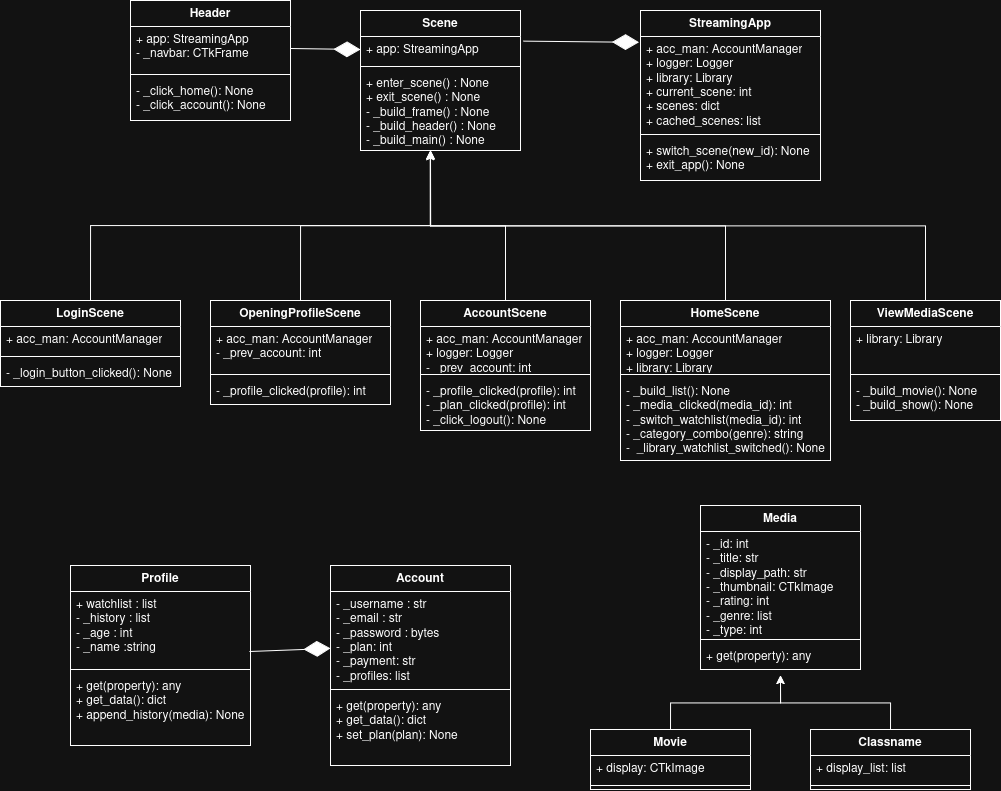
This is UMLClassDiagram.png from BaulkhamHillsHS/PrelimSE-26-Group11, a draw.io export, as it was before one commit. Source tidied: cells renumbered, new cells last; positions are measured from the earlier drawing's top-left corner, leaving out a move shared by most shapes. Source of this version:
```xml
<mxGraphModel>
  <root>
    <mxCell id="0" />
    <mxCell id="1" parent="0" />
    <mxCell id="2" value="&lt;div&gt;Scene&lt;/div&gt;" style="swimlane;fontStyle=1;align=center;verticalAlign=top;horizontal=1;startSize=26;whiteSpace=wrap;html=1;" parent="1" vertex="1">
      <mxGeometry x="360" y="10" width="160" height="140" as="geometry" />
    </mxCell>
    <mxCell id="3" value="+ app: StreamingApp" style="text;strokeColor=none;fillColor=none;align=left;verticalAlign=top;spacingLeft=4;spacingRight=4;overflow=hidden;points=[[0,0.5],[1,0.5]];portConstraint=eastwest;whiteSpace=wrap;html=1;" parent="2" vertex="1">
      <mxGeometry y="26" width="160" height="26" as="geometry" />
    </mxCell>
    <mxCell id="4" style="line;strokeWidth=1;fillColor=none;align=left;verticalAlign=middle;spacingTop=-1;spacingLeft=3;spacingRight=3;labelPosition=right;strokeColor=inherit;" parent="2" vertex="1">
      <mxGeometry y="52" width="160" height="8" as="geometry" />
    </mxCell>
    <mxCell id="5" value="&lt;div&gt;+ enter_scene() : None&lt;/div&gt;&lt;div&gt;+ exit_scene() : None&lt;/div&gt;&lt;div&gt;- _build_frame() : None&lt;/div&gt;&lt;div&gt;&lt;div&gt;&lt;/div&gt;&lt;div&gt;- _build_header() : None&lt;/div&gt;&lt;div&gt;&lt;div&gt;&lt;/div&gt;&lt;div&gt;- _build_main()&amp;nbsp;: None&lt;/div&gt;&lt;br&gt;&lt;/div&gt;&lt;br&gt;&lt;/div&gt;" style="text;strokeColor=none;fillColor=none;align=left;verticalAlign=top;spacingLeft=4;spacingRight=4;overflow=hidden;points=[[0,0.5],[1,0.5]];portConstraint=eastwest;whiteSpace=wrap;html=1;" parent="2" vertex="1">
      <mxGeometry y="60" width="160" height="80" as="geometry" />
    </mxCell>
    <mxCell id="6" value="&lt;div&gt;Header&lt;/div&gt;" style="swimlane;fontStyle=1;align=center;verticalAlign=top;horizontal=1;startSize=26;whiteSpace=wrap;html=1;" parent="1" vertex="1">
      <mxGeometry x="130" width="160" height="120" as="geometry" />
    </mxCell>
    <mxCell id="7" value="&lt;div&gt;+ app: StreamingApp&lt;/div&gt;- _navbar: CTkFrame" style="text;strokeColor=none;fillColor=none;align=left;verticalAlign=top;spacingLeft=4;spacingRight=4;overflow=hidden;points=[[0,0.5],[1,0.5]];portConstraint=eastwest;whiteSpace=wrap;html=1;" parent="6" vertex="1">
      <mxGeometry y="26" width="160" height="44" as="geometry" />
    </mxCell>
    <mxCell id="8" style="line;strokeWidth=1;fillColor=none;align=left;verticalAlign=middle;spacingTop=-1;spacingLeft=3;spacingRight=3;labelPosition=right;strokeColor=inherit;" parent="6" vertex="1">
      <mxGeometry y="70" width="160" height="8" as="geometry" />
    </mxCell>
    <mxCell id="9" value="&lt;div&gt;- _click_home(): None&lt;/div&gt;&lt;div&gt;- _click_account(): None&lt;/div&gt;" style="text;strokeColor=none;fillColor=none;align=left;verticalAlign=top;spacingLeft=4;spacingRight=4;overflow=hidden;whiteSpace=wrap;html=1;" parent="6" vertex="1">
      <mxGeometry y="78" width="160" height="42" as="geometry" />
    </mxCell>
    <mxCell id="10" style="endArrow=diamondThin;endFill=1;endSize=24;html=1;rounded=0;exitX=1;exitY=0.5;exitDx=0;exitDy=0;entryX=0;entryY=0.5;entryDx=0;entryDy=0;" parent="1" edge="1" source="7" target="3">
      <mxGeometry relative="1" as="geometry" />
    </mxCell>
    <mxCell id="11" value="LoginScene" style="swimlane;fontStyle=1;align=center;verticalAlign=top;horizontal=1;startSize=26;whiteSpace=wrap;html=1;" parent="1" vertex="1">
      <mxGeometry y="300" width="180" height="86" as="geometry" />
    </mxCell>
    <mxCell id="12" value="&lt;div&gt;+ acc_man: AccountManager&lt;/div&gt;" style="text;strokeColor=none;fillColor=none;align=left;verticalAlign=top;spacingLeft=4;spacingRight=4;overflow=hidden;whiteSpace=wrap;html=1;" parent="11" vertex="1">
      <mxGeometry y="26" width="180" height="26" as="geometry" />
    </mxCell>
    <mxCell id="13" style="line;strokeWidth=1;fillColor=none;align=left;verticalAlign=middle;spacingTop=-1;spacingLeft=3;spacingRight=3;labelPosition=right;strokeColor=inherit;" parent="11" vertex="1">
      <mxGeometry y="52" width="180" height="8" as="geometry" />
    </mxCell>
    <mxCell id="14" value="- _login_button_clicked(): None" style="text;strokeColor=none;fillColor=none;align=left;verticalAlign=top;spacingLeft=4;spacingRight=4;overflow=hidden;whiteSpace=wrap;html=1;" parent="11" vertex="1">
      <mxGeometry y="60" width="180" height="26" as="geometry" />
    </mxCell>
    <mxCell id="15" style="edgeStyle=orthogonalEdgeStyle;rounded=0;jettySize=auto;html=1;exitX=0.5;exitY=0;exitDx=0;exitDy=0;entryX=0.437;entryY=1.01;entryDx=0;entryDy=0;entryPerimeter=0;" parent="1" edge="1" source="11" target="5">
      <mxGeometry relative="1" as="geometry" />
    </mxCell>
    <mxCell id="16" style="edgeStyle=orthogonalEdgeStyle;rounded=0;jettySize=auto;html=1;exitX=0.5;exitY=0;exitDx=0;exitDy=0;entryX=0.436;entryY=1.013;entryDx=0;entryDy=0;entryPerimeter=0;" parent="1" edge="1" target="5">
      <mxGeometry relative="1" as="geometry">
        <mxPoint x="300" y="300.2" as="sourcePoint" />
      </mxGeometry>
    </mxCell>
    <mxCell id="17" value="OpeningProfileScene" style="swimlane;fontStyle=1;align=center;verticalAlign=top;horizontal=1;startSize=26;whiteSpace=wrap;html=1;" parent="1" vertex="1">
      <mxGeometry x="210" y="300" width="180" height="104" as="geometry" />
    </mxCell>
    <mxCell id="18" value="&lt;div&gt;+ acc_man: AccountManager&lt;/div&gt;&lt;div&gt;- _prev_account: int&lt;/div&gt;" style="text;strokeColor=none;fillColor=none;align=left;verticalAlign=top;spacingLeft=4;spacingRight=4;overflow=hidden;whiteSpace=wrap;html=1;" parent="17" vertex="1">
      <mxGeometry y="26" width="180" height="44" as="geometry" />
    </mxCell>
    <mxCell id="19" style="line;strokeWidth=1;fillColor=none;align=left;verticalAlign=middle;spacingTop=-1;spacingLeft=3;spacingRight=3;labelPosition=right;strokeColor=inherit;" parent="17" vertex="1">
      <mxGeometry y="70" width="180" height="8" as="geometry" />
    </mxCell>
    <mxCell id="20" value="- _profile_clicked(profile): int" style="text;strokeColor=none;fillColor=none;align=left;verticalAlign=top;spacingLeft=4;spacingRight=4;overflow=hidden;whiteSpace=wrap;html=1;" parent="17" vertex="1">
      <mxGeometry y="78" width="180" height="26" as="geometry" />
    </mxCell>
    <mxCell id="21" value="AccountScene" style="swimlane;fontStyle=1;align=center;verticalAlign=top;horizontal=1;startSize=26;whiteSpace=wrap;html=1;" parent="1" vertex="1">
      <mxGeometry x="420" y="300" width="170" height="130" as="geometry" />
    </mxCell>
    <mxCell id="22" value="&lt;div&gt;+ acc_man: AccountManager&lt;/div&gt;&lt;div&gt;+ logger: Logger&lt;/div&gt;&lt;div&gt;- _prev_account: int&lt;/div&gt;" style="text;strokeColor=none;fillColor=none;align=left;verticalAlign=top;spacingLeft=4;spacingRight=4;overflow=hidden;whiteSpace=wrap;html=1;" parent="21" vertex="1">
      <mxGeometry y="26" width="170" height="44" as="geometry" />
    </mxCell>
    <mxCell id="23" style="line;strokeWidth=1;fillColor=none;align=left;verticalAlign=middle;spacingTop=-1;spacingLeft=3;spacingRight=3;labelPosition=right;strokeColor=inherit;" parent="21" vertex="1">
      <mxGeometry y="70" width="170" height="8" as="geometry" />
    </mxCell>
    <mxCell id="24" value="&lt;div&gt;- _profile_clicked(profile): int&lt;/div&gt;&lt;div&gt;- _plan_clicked(profile): int&lt;/div&gt;&lt;div&gt;- _click_logout(): None&lt;/div&gt;" style="text;strokeColor=none;fillColor=none;align=left;verticalAlign=top;spacingLeft=4;spacingRight=4;overflow=hidden;whiteSpace=wrap;html=1;" parent="21" vertex="1">
      <mxGeometry y="78" width="170" height="52" as="geometry" />
    </mxCell>
    <mxCell id="25" style="edgeStyle=orthogonalEdgeStyle;rounded=0;jettySize=auto;html=1;exitX=0.5;exitY=0;exitDx=0;exitDy=0;" parent="1" edge="1" source="21">
      <mxGeometry relative="1" as="geometry">
        <mxPoint x="430" y="150" as="targetPoint" />
      </mxGeometry>
    </mxCell>
    <mxCell id="26" value="HomeScene" style="swimlane;fontStyle=1;align=center;verticalAlign=top;horizontal=1;startSize=26;whiteSpace=wrap;html=1;" parent="1" vertex="1">
      <mxGeometry x="620" y="300" width="210" height="160" as="geometry" />
    </mxCell>
    <mxCell id="27" value="&lt;div&gt;+ acc_man: AccountManager&lt;/div&gt;&lt;div&gt;+ logger: Logger&lt;/div&gt;&lt;div&gt;+ library: Library&lt;/div&gt;" style="text;strokeColor=none;fillColor=none;align=left;verticalAlign=top;spacingLeft=4;spacingRight=4;overflow=hidden;whiteSpace=wrap;html=1;" parent="26" vertex="1">
      <mxGeometry y="26" width="210" height="44" as="geometry" />
    </mxCell>
    <mxCell id="28" style="line;strokeWidth=1;fillColor=none;align=left;verticalAlign=middle;spacingTop=-1;spacingLeft=3;spacingRight=3;labelPosition=right;strokeColor=inherit;" parent="26" vertex="1">
      <mxGeometry y="70" width="210" height="8" as="geometry" />
    </mxCell>
    <mxCell id="29" value="&lt;div&gt;- _build_list(): None&lt;/div&gt;&lt;div&gt;- _media_clicked(media_id): int&lt;/div&gt;&lt;div&gt;- _switch_watchlist(media_id): int&lt;/div&gt;&lt;div&gt;- _category_combo(genre): string&lt;/div&gt;&lt;div&gt;-&amp;nbsp; _library_watchlist_switched(): None&lt;br&gt;&lt;br&gt;&lt;/div&gt;" style="text;strokeColor=none;fillColor=none;align=left;verticalAlign=top;spacingLeft=4;spacingRight=4;overflow=hidden;whiteSpace=wrap;html=1;" parent="26" vertex="1">
      <mxGeometry y="78" width="210" height="82" as="geometry" />
    </mxCell>
    <mxCell id="30" style="edgeStyle=orthogonalEdgeStyle;rounded=0;jettySize=auto;html=1;exitX=0.5;exitY=0;exitDx=0;exitDy=0;" parent="1" edge="1" source="26">
      <mxGeometry relative="1" as="geometry">
        <mxPoint x="430" y="150" as="targetPoint" />
      </mxGeometry>
    </mxCell>
    <mxCell id="31" style="edgeStyle=orthogonalEdgeStyle;rounded=0;jettySize=auto;html=1;exitX=0.5;exitY=0;exitDx=0;exitDy=0;" parent="1" edge="1" source="32">
      <mxGeometry relative="1" as="geometry">
        <mxPoint x="430" y="150" as="targetPoint" />
      </mxGeometry>
    </mxCell>
    <mxCell id="32" value="ViewMediaScene" style="swimlane;fontStyle=1;align=center;verticalAlign=top;horizontal=1;startSize=26;whiteSpace=wrap;html=1;" parent="1" vertex="1">
      <mxGeometry x="850" y="300" width="150" height="120" as="geometry" />
    </mxCell>
    <mxCell id="33" value="&lt;div&gt;+ library: Library&lt;/div&gt;" style="text;strokeColor=none;fillColor=none;align=left;verticalAlign=top;spacingLeft=4;spacingRight=4;overflow=hidden;whiteSpace=wrap;html=1;" parent="32" vertex="1">
      <mxGeometry y="26" width="150" height="44" as="geometry" />
    </mxCell>
    <mxCell id="34" style="line;strokeWidth=1;fillColor=none;align=left;verticalAlign=middle;spacingTop=-1;spacingLeft=3;spacingRight=3;labelPosition=right;strokeColor=inherit;" parent="32" vertex="1">
      <mxGeometry y="70" width="150" height="8" as="geometry" />
    </mxCell>
    <mxCell id="35" value="&lt;div&gt;- _build_movie(): None&lt;/div&gt;&lt;div&gt;- _build_show(): None&lt;/div&gt;&lt;div&gt;&lt;br&gt;&lt;br&gt;&lt;/div&gt;" style="text;strokeColor=none;fillColor=none;align=left;verticalAlign=top;spacingLeft=4;spacingRight=4;overflow=hidden;whiteSpace=wrap;html=1;" parent="32" vertex="1">
      <mxGeometry y="78" width="150" height="42" as="geometry" />
    </mxCell>
    <mxCell id="36" value="Profile" style="swimlane;fontStyle=1;align=center;verticalAlign=top;horizontal=1;startSize=26;whiteSpace=wrap;html=1;" parent="1" vertex="1">
      <mxGeometry x="70" y="565" width="180" height="180" as="geometry" />
    </mxCell>
    <mxCell id="37" value="&lt;div&gt;+ watchlist : list&lt;/div&gt;&lt;div&gt;- _history : list&lt;/div&gt;&lt;div&gt;- _age : int&lt;/div&gt;&lt;div&gt;- _name :string&lt;/div&gt;" style="text;strokeColor=none;fillColor=none;align=left;verticalAlign=top;spacingLeft=4;spacingRight=4;overflow=hidden;points=[[0,0.5],[1,0.5]];portConstraint=eastwest;whiteSpace=wrap;html=1;" parent="36" vertex="1">
      <mxGeometry y="26" width="180" height="74" as="geometry" />
    </mxCell>
    <mxCell id="38" style="line;strokeWidth=1;fillColor=none;align=left;verticalAlign=middle;spacingTop=-1;spacingLeft=3;spacingRight=3;labelPosition=right;strokeColor=inherit;" parent="36" vertex="1">
      <mxGeometry y="100" width="180" height="8" as="geometry" />
    </mxCell>
    <mxCell id="39" value="&lt;div&gt;+ get(property): any&lt;/div&gt;&lt;div&gt;+ get_data(): dict&lt;/div&gt;&lt;div&gt;+ append_history(media): None&lt;/div&gt;" style="text;strokeColor=none;fillColor=none;align=left;verticalAlign=top;spacingLeft=4;spacingRight=4;overflow=hidden;whiteSpace=wrap;html=1;" parent="36" vertex="1">
      <mxGeometry y="108" width="180" height="72" as="geometry" />
    </mxCell>
    <mxCell id="40" value="Account" style="swimlane;fontStyle=1;align=center;verticalAlign=top;horizontal=1;startSize=26;whiteSpace=wrap;html=1;" parent="1" vertex="1">
      <mxGeometry x="330" y="565" width="180" height="200" as="geometry" />
    </mxCell>
    <mxCell id="41" value="&lt;div&gt;- _username : str&lt;/div&gt;&lt;div&gt;- _email : str&lt;/div&gt;&lt;div&gt;- _password : bytes&lt;/div&gt;&lt;div&gt;- _plan: int&lt;/div&gt;&lt;div&gt;- _payment: str&lt;/div&gt;&lt;div&gt;- _profiles: list&lt;/div&gt;&lt;div&gt;&lt;br&gt;&lt;/div&gt;" style="text;strokeColor=none;fillColor=none;align=left;verticalAlign=top;spacingLeft=4;spacingRight=4;overflow=hidden;points=[[0,0.5],[1,0.5]];portConstraint=eastwest;whiteSpace=wrap;html=1;" parent="40" vertex="1">
      <mxGeometry y="26" width="180" height="94" as="geometry" />
    </mxCell>
    <mxCell id="42" style="line;strokeWidth=1;fillColor=none;align=left;verticalAlign=middle;spacingTop=-1;spacingLeft=3;spacingRight=3;labelPosition=right;strokeColor=inherit;" parent="40" vertex="1">
      <mxGeometry y="120" width="180" height="8" as="geometry" />
    </mxCell>
    <mxCell id="43" value="&lt;div&gt;+ get(property): any&lt;/div&gt;&lt;div&gt;+ get_data(): dict&lt;/div&gt;&lt;div&gt;+ set_plan(plan): None&lt;/div&gt;" style="text;strokeColor=none;fillColor=none;align=left;verticalAlign=top;spacingLeft=4;spacingRight=4;overflow=hidden;whiteSpace=wrap;html=1;" parent="40" vertex="1">
      <mxGeometry y="128" width="180" height="72" as="geometry" />
    </mxCell>
    <mxCell id="44" style="endArrow=diamondThin;endFill=1;endSize=24;html=1;rounded=0;exitX=0.994;exitY=0.811;exitDx=0;exitDy=0;exitPerimeter=0;entryX=0;entryY=0.606;entryDx=0;entryDy=0;entryPerimeter=0;" parent="1" edge="1" source="37" target="41">
      <mxGeometry relative="1" as="geometry" />
    </mxCell>
    <mxCell id="45" value="Media" style="swimlane;fontStyle=1;align=center;verticalAlign=top;horizontal=1;startSize=26;whiteSpace=wrap;html=1;" parent="1" vertex="1">
      <mxGeometry x="700" y="505" width="160" height="164" as="geometry" />
    </mxCell>
    <mxCell id="46" value="&lt;div&gt;- _id: int&lt;/div&gt;&lt;div&gt;- _title: str&lt;/div&gt;&lt;div&gt;- _display_path: str&lt;/div&gt;&lt;div&gt;- _thumbnail: CTkImage&lt;/div&gt;&lt;div&gt;- _rating: int&lt;/div&gt;&lt;div&gt;- _genre: list&lt;/div&gt;&lt;div&gt;- _type: int&lt;/div&gt;" style="text;strokeColor=none;fillColor=none;align=left;verticalAlign=top;spacingLeft=4;spacingRight=4;overflow=hidden;whiteSpace=wrap;html=1;" parent="45" vertex="1">
      <mxGeometry y="26" width="160" height="104" as="geometry" />
    </mxCell>
    <mxCell id="47" style="line;strokeWidth=1;fillColor=none;align=left;verticalAlign=middle;spacingTop=-1;spacingLeft=3;spacingRight=3;labelPosition=right;strokeColor=inherit;" parent="45" vertex="1">
      <mxGeometry y="130" width="160" height="8" as="geometry" />
    </mxCell>
    <mxCell id="48" value="+ get(property): any" style="text;strokeColor=none;fillColor=none;align=left;verticalAlign=top;spacingLeft=4;spacingRight=4;overflow=hidden;whiteSpace=wrap;html=1;" parent="45" vertex="1">
      <mxGeometry y="138" width="160" height="26" as="geometry" />
    </mxCell>
    <mxCell id="49" style="edgeStyle=orthogonalEdgeStyle;rounded=0;jettySize=auto;html=1;exitX=0.5;exitY=0;exitDx=0;exitDy=0;" parent="1" edge="1" source="50">
      <mxGeometry relative="1" as="geometry">
        <mxPoint x="780" y="675" as="targetPoint" />
      </mxGeometry>
    </mxCell>
    <mxCell id="50" value="Movie" style="swimlane;fontStyle=1;align=center;verticalAlign=top;horizontal=1;startSize=26;whiteSpace=wrap;html=1;" parent="1" vertex="1">
      <mxGeometry x="590" y="729" width="160" height="60" as="geometry" />
    </mxCell>
    <mxCell id="51" value="+ display: CTkImage" style="text;strokeColor=none;fillColor=none;align=left;verticalAlign=top;spacingLeft=4;spacingRight=4;overflow=hidden;whiteSpace=wrap;html=1;" parent="50" vertex="1">
      <mxGeometry y="26" width="160" height="26" as="geometry" />
    </mxCell>
    <mxCell id="52" style="line;strokeWidth=1;fillColor=none;align=left;verticalAlign=middle;spacingTop=-1;spacingLeft=3;spacingRight=3;labelPosition=right;strokeColor=inherit;" parent="50" vertex="1">
      <mxGeometry y="52" width="160" height="8" as="geometry" />
    </mxCell>
    <mxCell id="53" style="edgeStyle=orthogonalEdgeStyle;rounded=0;jettySize=auto;html=1;exitX=0.5;exitY=0;exitDx=0;exitDy=0;" parent="1" edge="1" source="54">
      <mxGeometry relative="1" as="geometry">
        <mxPoint x="780" y="675" as="targetPoint" />
      </mxGeometry>
    </mxCell>
    <mxCell id="54" value="Classname" style="swimlane;fontStyle=1;align=center;verticalAlign=top;horizontal=1;startSize=26;whiteSpace=wrap;html=1;" parent="1" vertex="1">
      <mxGeometry x="810" y="729" width="160" height="60" as="geometry" />
    </mxCell>
    <mxCell id="55" value="+ display_list: list" style="text;strokeColor=none;fillColor=none;align=left;verticalAlign=top;spacingLeft=4;spacingRight=4;overflow=hidden;whiteSpace=wrap;html=1;" parent="54" vertex="1">
      <mxGeometry y="26" width="160" height="26" as="geometry" />
    </mxCell>
    <mxCell id="56" style="line;strokeWidth=1;fillColor=none;align=left;verticalAlign=middle;spacingTop=-1;spacingLeft=3;spacingRight=3;labelPosition=right;strokeColor=inherit;" parent="54" vertex="1">
      <mxGeometry y="52" width="160" height="8" as="geometry" />
    </mxCell>
    <mxCell id="57" value="StreamingApp" style="swimlane;fontStyle=1;align=center;verticalAlign=top;horizontal=1;startSize=26;whiteSpace=wrap;html=1;" parent="1" vertex="1">
      <mxGeometry x="640" y="10" width="180" height="170" as="geometry" />
    </mxCell>
    <mxCell id="58" value="&lt;div&gt;+ acc_man: AccountManager&lt;/div&gt;&lt;div&gt;+ logger: Logger&lt;/div&gt;&lt;div&gt;+ library: Library&lt;/div&gt;&lt;div&gt;+ current_scene: int&lt;/div&gt;&lt;div&gt;+ scenes: dict&lt;/div&gt;&lt;div&gt;+ cached_scenes: list&lt;/div&gt;" style="text;strokeColor=none;fillColor=none;align=left;verticalAlign=top;spacingLeft=4;spacingRight=4;overflow=hidden;points=[[0,0.5],[1,0.5]];portConstraint=eastwest;whiteSpace=wrap;html=1;" parent="57" vertex="1">
      <mxGeometry y="26" width="180" height="94" as="geometry" />
    </mxCell>
    <mxCell id="59" style="line;strokeWidth=1;fillColor=none;align=left;verticalAlign=middle;spacingTop=-1;spacingLeft=3;spacingRight=3;labelPosition=right;strokeColor=inherit;" parent="57" vertex="1">
      <mxGeometry y="120" width="180" height="8" as="geometry" />
    </mxCell>
    <mxCell id="60" value="&lt;div&gt;+ switch_scene(new_id): None&lt;/div&gt;&lt;div&gt;+ exit_app(): None&lt;/div&gt;" style="text;strokeColor=none;fillColor=none;align=left;verticalAlign=top;spacingLeft=4;spacingRight=4;overflow=hidden;whiteSpace=wrap;html=1;" parent="57" vertex="1">
      <mxGeometry y="128" width="180" height="42" as="geometry" />
    </mxCell>
    <mxCell id="61" style="endArrow=diamondThin;endFill=1;endSize=24;html=1;rounded=0;exitX=1.019;exitY=0.178;exitDx=0;exitDy=0;exitPerimeter=0;entryX=-0.009;entryY=0.062;entryDx=0;entryDy=0;entryPerimeter=0;" parent="1" edge="1" source="3" target="58">
      <mxGeometry relative="1" as="geometry" />
    </mxCell>
  </root>
</mxGraphModel>
```
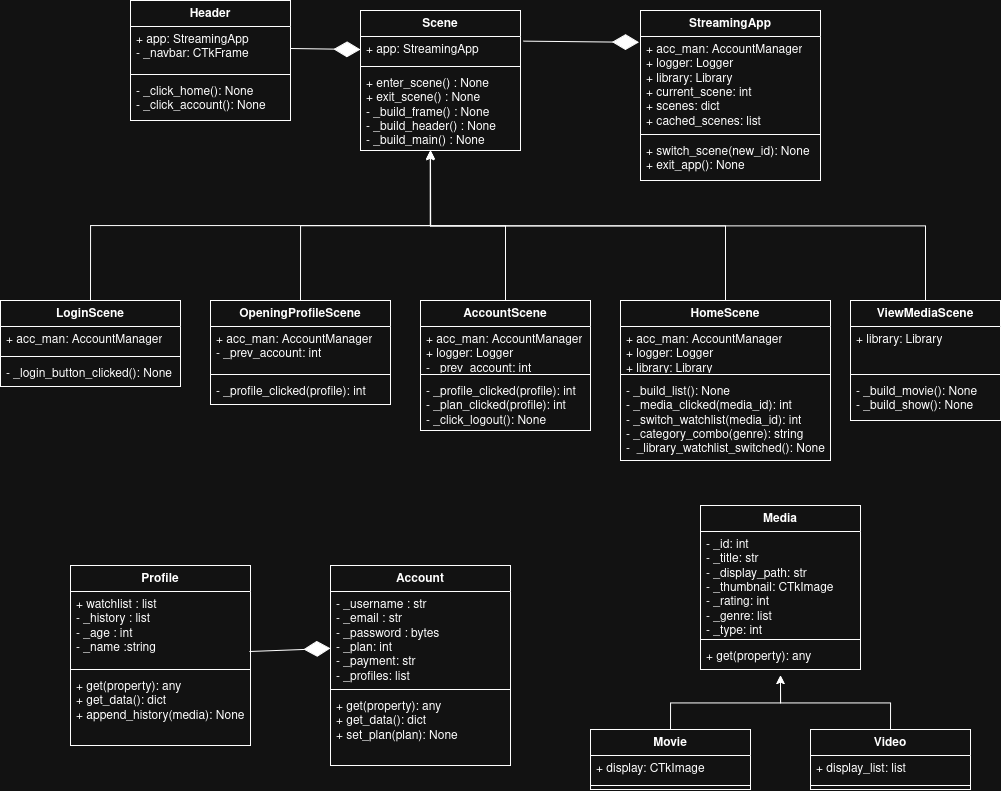
After the commit.

Commit message:
added uml diagram

What changed in the source:
```diff
@@ -170,7 +170,7 @@
         <mxPoint x="780" y="675" as="targetPoint" />
       </mxGeometry>
     </mxCell>
-    <mxCell id="54" value="Classname" style="swimlane;fontStyle=1;align=center;verticalAlign=top;horizontal=1;startSize=26;whiteSpace=wrap;html=1;" parent="1" vertex="1">
+    <mxCell id="54" value="&lt;div&gt;Video&lt;/div&gt;&lt;div&gt;&lt;br&gt;&lt;/div&gt;" style="swimlane;fontStyle=1;align=center;verticalAlign=top;horizontal=1;startSize=26;whiteSpace=wrap;html=1;" parent="1" vertex="1">
       <mxGeometry x="810" y="729" width="160" height="60" as="geometry" />
     </mxCell>
     <mxCell id="55" value="+ display_list: list" style="text;strokeColor=none;fillColor=none;align=left;verticalAlign=top;spacingLeft=4;spacingRight=4;overflow=hidden;whiteSpace=wrap;html=1;" parent="54" vertex="1">
```
